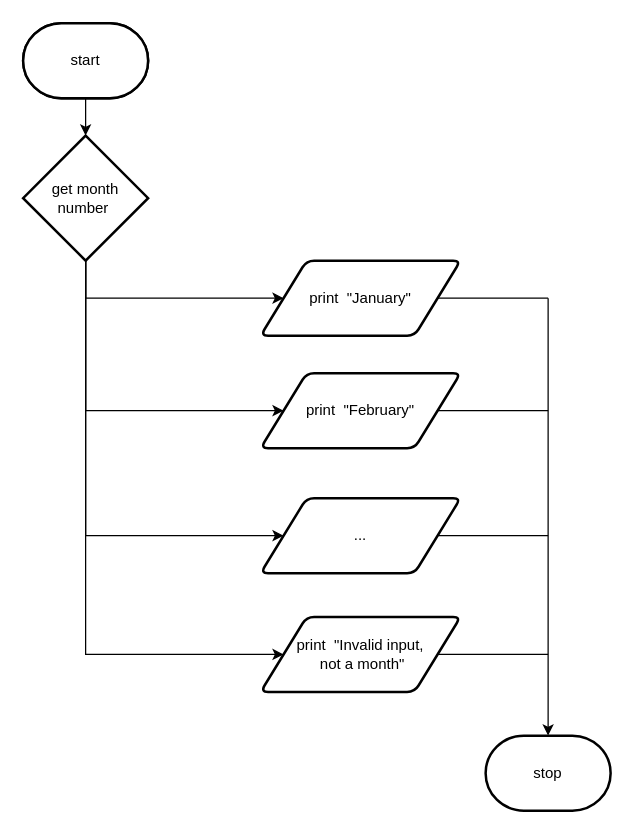
The draw.io diagram flowchart.drawio in venika-sem/ICS3U-Unit3-05-Python, before the edit. Source tidied: cells renumbered, new cells numbered last; positions are measured from the earlier drawing's top-left corner, leaving out a move shared by most shapes. Both pictures are drawn from the tidied source at 125%, with x=0, y=0 at pixel (22, 22).
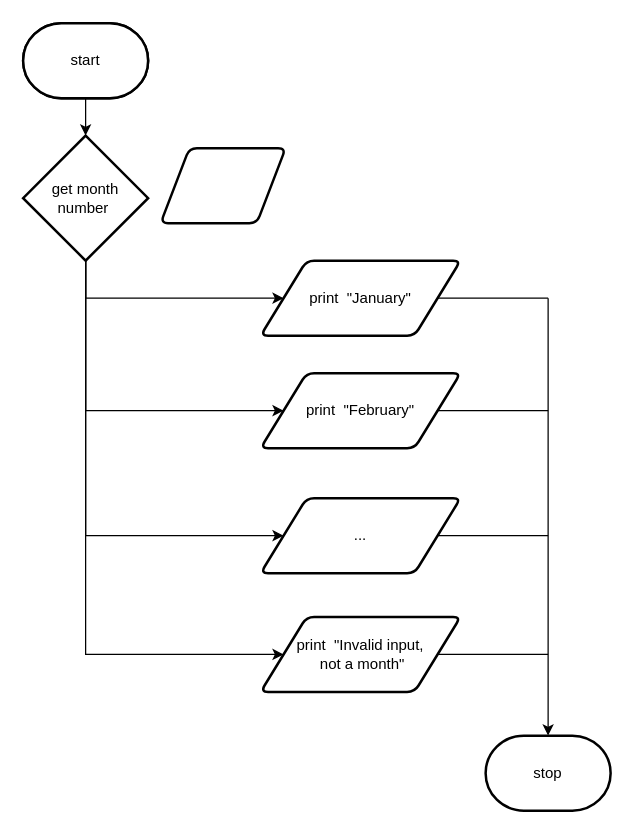
After the change.

Change to the diagram source:
```diff
@@
+    <mxCell id="20" style="shape=parallelogram;html=1;strokeWidth=2;perimeter=parallelogramPerimeter;whiteSpace=wrap;rounded=1;arcSize=12;size=0.23;" parent="1" vertex="1">
+      <mxGeometry x="110" y="100" width="100" height="60" as="geometry" />
+    </mxCell>
```
